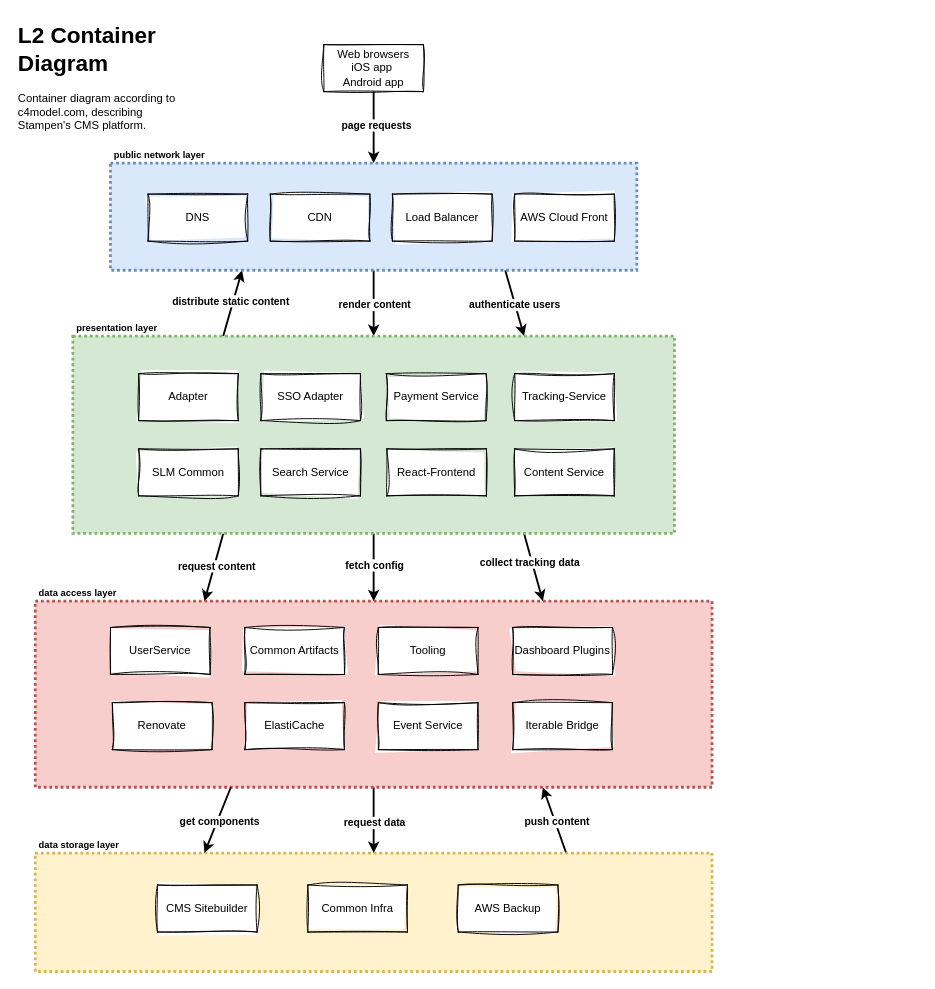
Above: page "Page-1" (1 of 4) of L2 component diagram Stampen CMS Platform.drawio in SLM-Development/diagrams (draw.io), before the change. Source tidied: cells renumbered, new cells numbered last; positions are measured from the earlier drawing's top-left corner, leaving out a move shared by most shapes. Both pictures are drawn from the tidied source at 94%, with x=0, y=0 at pixel (16, 16).
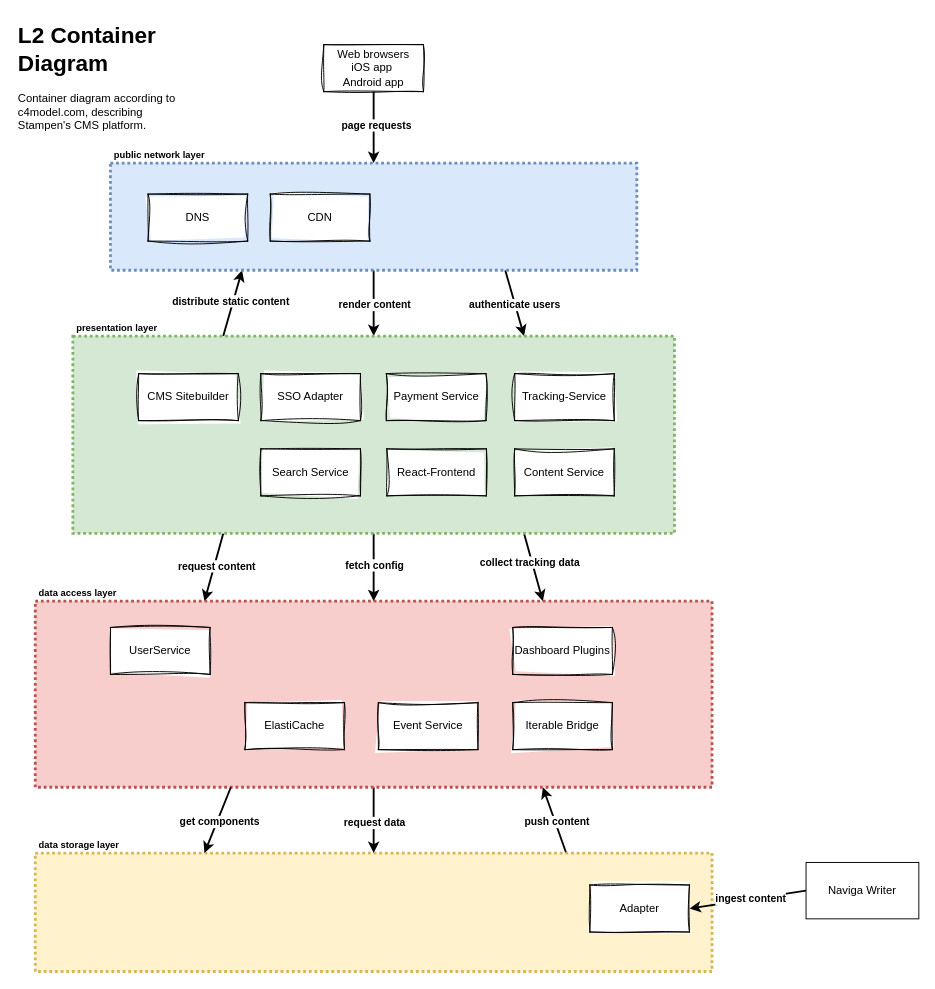
Above is the later version.

What changed in the source:
```diff
@@
-    <mxCell id="28" value="AWS Cloud Front" style="rounded=0;whiteSpace=wrap;html=1;sketch=1;curveFitting=1;jiggle=2;" parent="1" vertex="1">
-      <mxGeometry x="530" y="189" width="106" height="50" as="geometry" />
-    </mxCell>
@@
-    <mxCell id="33" value="SLM Common" style="rounded=0;whiteSpace=wrap;html=1;sketch=1;curveFitting=1;jiggle=2;" parent="1" vertex="1">
-      <mxGeometry x="130" y="460" width="106" height="50" as="geometry" />
-    </mxCell>
-    <mxCell id="34" value="Common Infra" style="rounded=0;whiteSpace=wrap;html=1;sketch=1;curveFitting=1;jiggle=2;" parent="1" vertex="1">
-      <mxGeometry x="310" y="924" width="106" height="50" as="geometry" />
-    </mxCell>
     <mxCell id="35" value="Adapter" style="rounded=0;whiteSpace=wrap;html=1;sketch=1;curveFitting=1;jiggle=2;" parent="1" vertex="1">
-      <mxGeometry x="130" y="380" width="106" height="50" as="geometry" />
+      <mxGeometry x="610" y="924" width="106" height="50" as="geometry" />
     </mxCell>
-    <mxCell id="36" value="Common Artifacts" style="rounded=0;whiteSpace=wrap;html=1;sketch=1;curveFitting=1;jiggle=2;" parent="1" vertex="1">
-      <mxGeometry x="243" y="650" width="106" height="50" as="geometry" />
-    </mxCell>
-    <mxCell id="37" value="Tooling" style="rounded=0;whiteSpace=wrap;html=1;sketch=1;curveFitting=1;jiggle=2;" parent="1" vertex="1">
-      <mxGeometry x="385" y="650" width="106" height="50" as="geometry" />
-    </mxCell>
@@
-    <mxCell id="39" value="Renovate" style="rounded=0;whiteSpace=wrap;html=1;sketch=1;curveFitting=1;jiggle=2;" parent="1" vertex="1">
-      <mxGeometry x="102" y="730" width="106" height="50" as="geometry" />
-    </mxCell>
@@
     <mxCell id="41" value="CMS Sitebuilder" style="rounded=0;whiteSpace=wrap;html=1;sketch=1;curveFitting=1;jiggle=2;" parent="1" vertex="1">
-      <mxGeometry x="150" y="924" width="106" height="50" as="geometry" />
+      <mxGeometry x="130" y="380" width="106" height="50" as="geometry" />
     </mxCell>
@@
-    <mxCell id="44" value="AWS Backup" style="rounded=0;whiteSpace=wrap;html=1;sketch=1;curveFitting=1;jiggle=2;" parent="1" vertex="1">
-      <mxGeometry x="470" y="924" width="106" height="50" as="geometry" />
-    </mxCell>
@@
-    <mxCell id="47" value="Load Balancer" style="rounded=0;whiteSpace=wrap;html=1;sketch=1;curveFitting=1;jiggle=2;" parent="1" vertex="1">
-      <mxGeometry x="400" y="189" width="106" height="50" as="geometry" />
-    </mxCell>
@@
+    <mxCell id="51" style="rounded=0;jettySize=auto;html=1;entryX=1;entryY=0.5;entryDx=0;entryDy=0;strokeWidth=2;" parent="1" edge="1" target="35">
+      <mxGeometry relative="1" as="geometry">
+        <mxPoint x="840" y="930" as="sourcePoint" />
+      </mxGeometry>
+    </mxCell>
+    <mxCell id="52" value="ingest content" style="edgeLabel;html=1;align=center;verticalAlign=middle;fontStyle=1;" parent="51" vertex="1">
+      <mxGeometry x="-0.04" y="-1" relative="1" as="geometry" />
+    </mxCell>
+    <mxCell id="53" value="Naviga Writer" style="rounded=0;whiteSpace=wrap;html=1;" parent="1" vertex="1">
+      <mxGeometry x="840" y="900" width="120" height="60" as="geometry" />
+    </mxCell>
```
